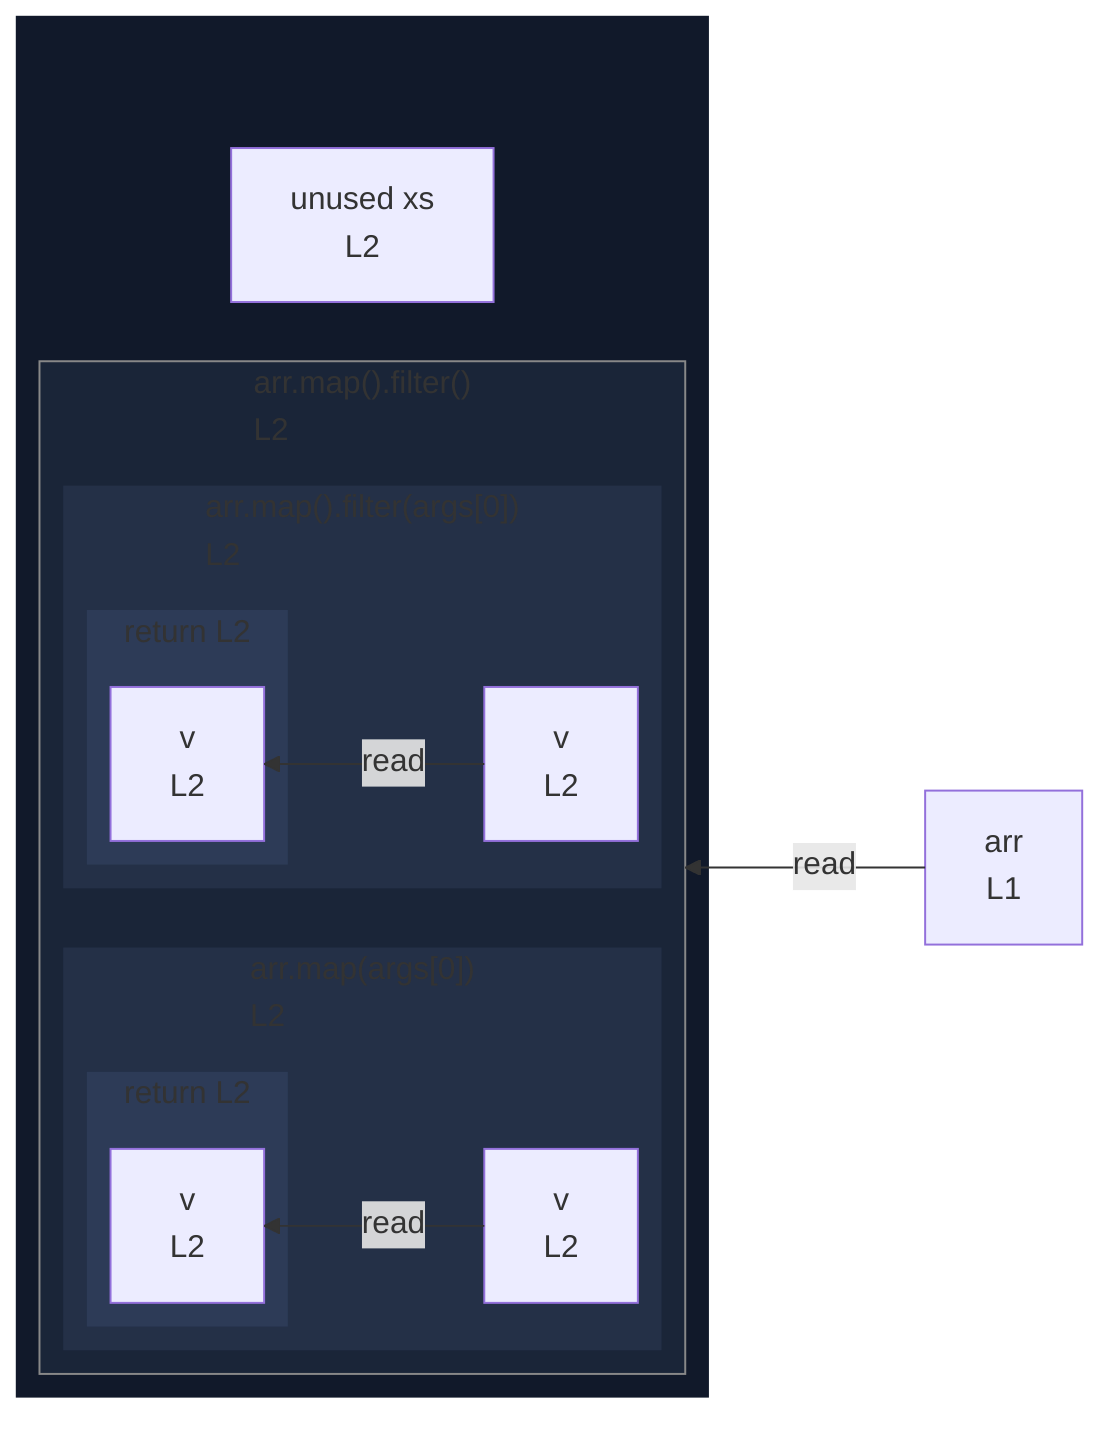
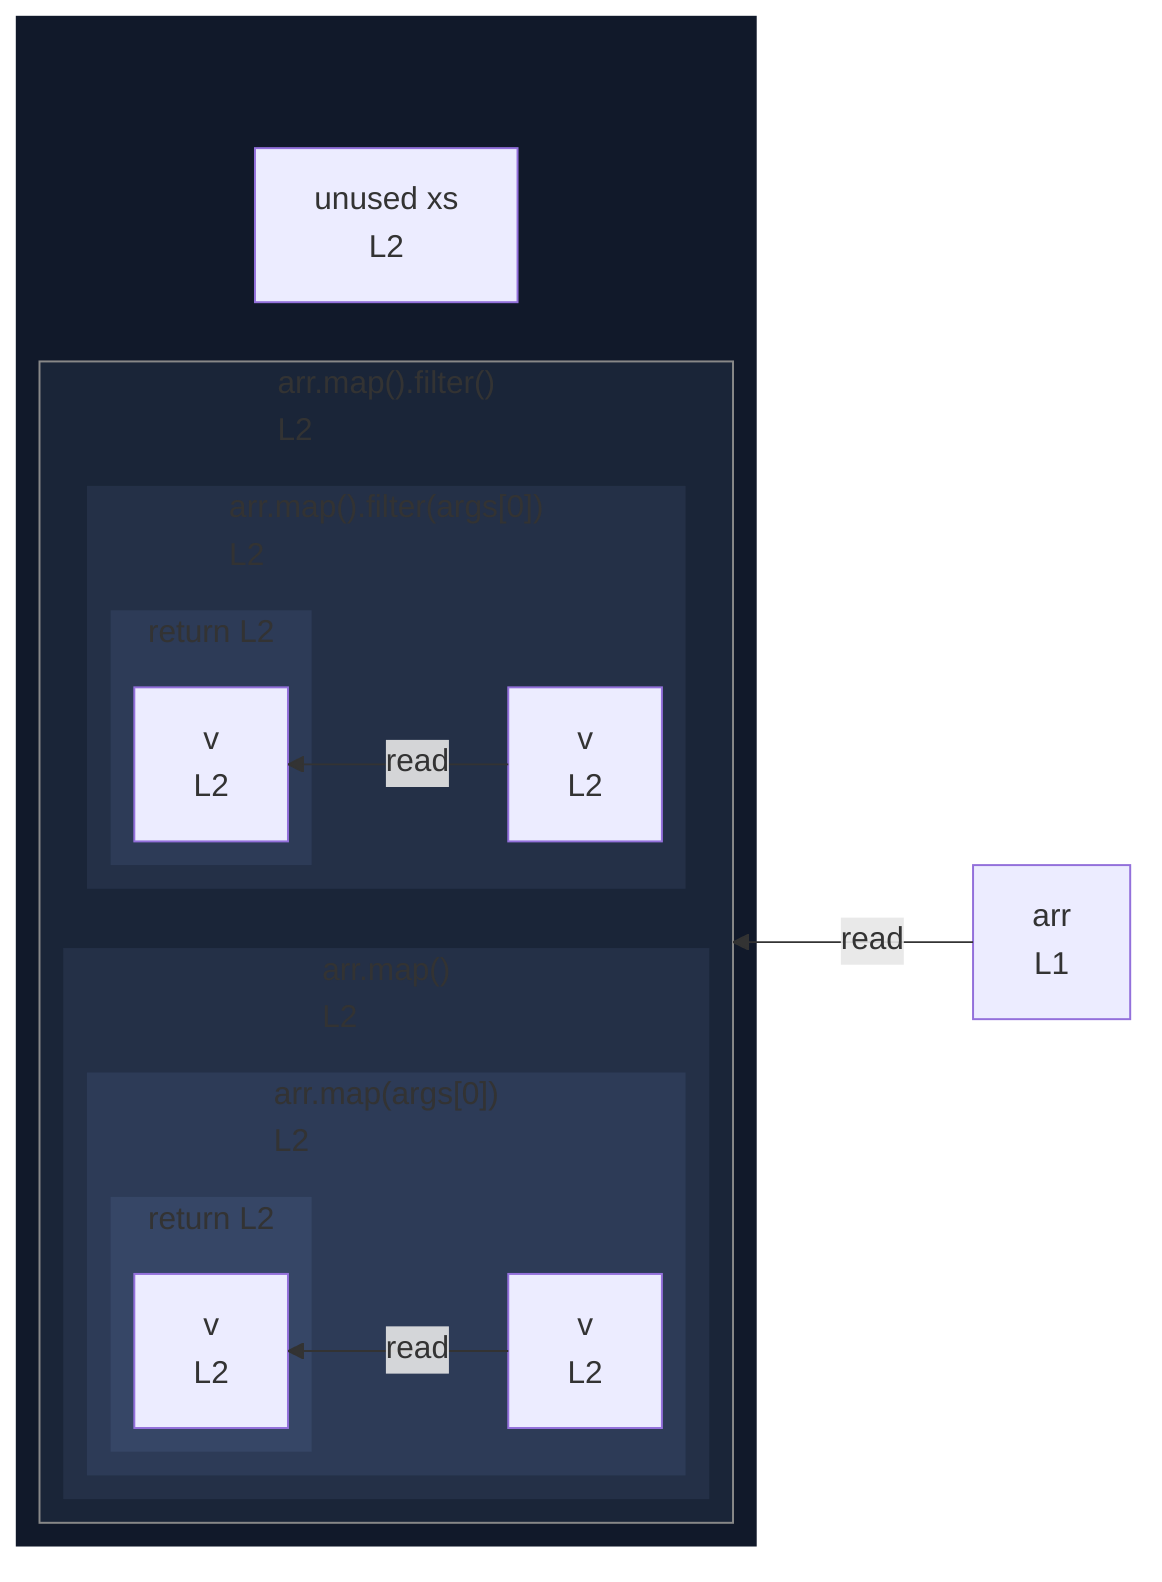
%%{init: {"flowchart": {"defaultRenderer": "elk"}}}%%
flowchart RL
  n_scope_0_arr_6["arr<br/>L1"]
  subgraph wrap_call_proxy_34[" "]
    direction TB
    n_scope_0_xs_29["unused xs<br/>L2"]
    subgraph call_proxy_34["arr.map().filter()<br/>L2"]
      direction RL
-       subgraph s_scope_1["arr.map(args[0])<br/>L2"]
+       subgraph call_proxy_34_55["arr.map()<br/>L2"]
        direction RL
-         n_scope_1_v_43["v<br/>L2"]
-         subgraph s_return_scope_1_49_54["return L2"]
+         subgraph s_scope_1["arr.map(args[0])<br/>L2"]
          direction RL
-           ret_use_ref_3["v<br/>L2"]
+           n_scope_1_v_43["v<br/>L2"]
+           subgraph s_return_scope_1_49_54["return L2"]
+             direction RL
+             ret_use_ref_3["v<br/>L2"]
+           end
        end
      end
      subgraph s_scope_2["arr.map().filter(args[0])<br/>L2"]
        direction RL
        n_scope_2_v_64["v<br/>L2"]
        subgraph s_return_scope_2_70_75["return L2"]
          direction RL
          ret_use_ref_4["v<br/>L2"]
        end
      end
    end
  end
  n_scope_0_arr_6 -->|read| call_proxy_34
  n_scope_1_v_43 -->|read| ret_use_ref_3
  n_scope_2_v_64 -->|read| ret_use_ref_4
  classDef nestL1 fill:#11192a,stroke:transparent;
  class wrap_call_proxy_34 nestL1;
  classDef nestL2 fill:#1a2538,stroke:transparent;
  class call_proxy_34 nestL2;
  classDef nestL3 fill:#243047,stroke:transparent;
-   class s_scope_1 nestL3;
+   class call_proxy_34_55 nestL3;
  class s_scope_2 nestL3;
  classDef nestL4 fill:#2d3b57,stroke:transparent;
-   class s_return_scope_1_49_54 nestL4;
+   class s_scope_1 nestL4;
  class s_return_scope_2_70_75 nestL4;
+   classDef nestL5 fill:#364666,stroke:transparent;
+   class s_return_scope_1_49_54 nestL5;
  classDef edgeTargetSubgraph stroke:#888;
  class call_proxy_34 edgeTargetSubgraph;
